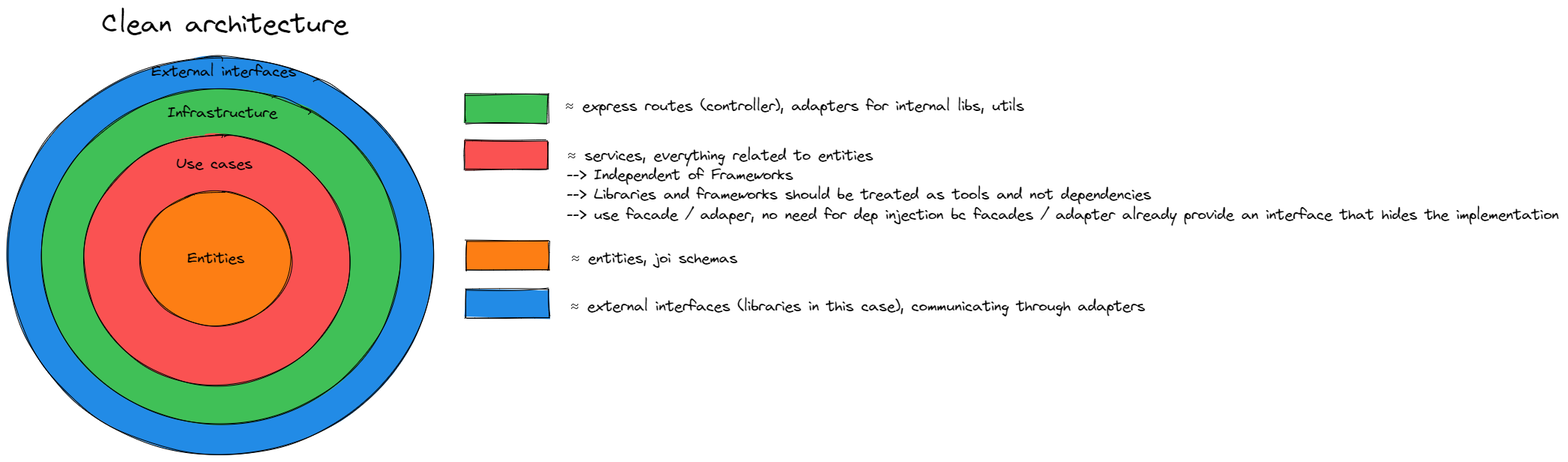
Dyvd4/ticketify keeps this Excalidraw diagram as Backend/notes/clean_architecture.excalidraw.png. Above is the earlier version. Source tidied: one line per element, renumbered; positions are measured from the earlier drawing's top-left corner, leaving out a move shared by most shapes.
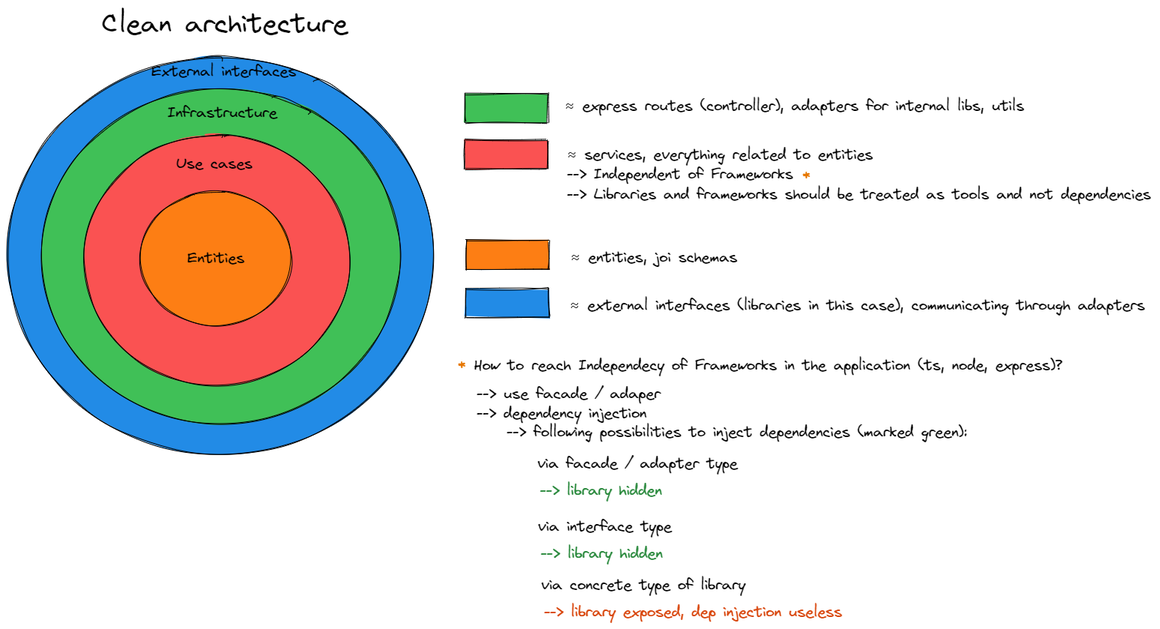
The same diagram one commit later.

Diff of the diagram source:
```diff
@@ -6,12 +6,22 @@
 {"id": 5, "type": "text", "text": "Use cases", "strokeColor": "#000000", "backgroundColor": "#40c057", "fillStyle": "solid", "strokeWidth": 1, "roughness": 1, "fontSize": 20, "fontFamily": 1, "x": 225, "y": 196, "width": 104, "height": 25}
 {"id": 6, "type": "text", "text": "Infrastructure", "strokeColor": "#000000", "backgroundColor": "#40c057", "fillStyle": "solid", "strokeWidth": 1, "roughness": 1, "fontSize": 20, "fontFamily": 1, "x": 213, "y": 128, "width": 148, "height": 25}
 {"id": 7, "type": "rectangle", "strokeColor": "#000000", "backgroundColor": "#40c057", "fillStyle": "solid", "strokeWidth": 1, "roughness": 1, "x": 610, "y": 115, "width": 111, "height": 38}
-{"id": 8, "type": "rectangle", "strokeColor": "#000000", "backgroundColor": "#fa5252", "fillStyle": "solid", "strokeWidth": 1, "roughness": 1, "x": 610, "y": 178, "width": 111, "height": 38}
+{"id": 8, "type": "rectangle", "strokeColor": "#000000", "backgroundColor": "#fa5252", "fillStyle": "solid", "strokeWidth": 1, "roughness": 1, "x": 610, "y": 177, "width": 111, "height": 38}
-{"id": 9, "type": "rectangle", "strokeColor": "#000000", "backgroundColor": "#fd7e14", "fillStyle": "solid", "strokeWidth": 1, "roughness": 1, "x": 612, "y": 312, "width": 111, "height": 38}
+{"id": 9, "type": "rectangle", "strokeColor": "#000000", "backgroundColor": "#fd7e14", "fillStyle": "solid", "strokeWidth": 1, "roughness": 1, "x": 612, "y": 311, "width": 111, "height": 38}
 {"id": 10, "type": "text", "text": "≈ express routes (controller), adapters for internal libs, utils", "strokeColor": "#000000", "backgroundColor": "#40c057", "fillStyle": "solid", "strokeWidth": 1, "roughness": 1, "fontSize": 20, "fontFamily": 1, "x": 743, "y": 116, "width": 615, "height": 29}
-{"id": 11, "type": "text", "text": "≈ services, everything related to entities\n--> Independent of Frameworks\n--> Libraries and frameworks should be treated as tools and not dependencies\n--> use facade / adaper, no need for dep injection bc facades / adapter already provide an interface that hides the implementation", "strokeColor": "#000000", "backgroundColor": "#40c057", "fillStyle": "solid", "strokeWidth": 1, "roughness": 1, "fontSize": 20, "fontFamily": 1, "x": 746, "y": 184, "width": 1326, "height": 105}
+{"id": 11, "type": "text", "text": "≈ services, everything related to entities\n--> Independent of Frameworks\n--> Libraries and frameworks should be treated as tools and not dependencies", "strokeColor": "#000000", "backgroundColor": "#40c057", "fillStyle": "solid", "strokeWidth": 1, "roughness": 1, "fontSize": 20, "fontFamily": 1, "x": 746, "y": 183, "width": 782, "height": 80}
-{"id": 12, "type": "text", "text": "≈ entities, joi schemas", "strokeColor": "#000000", "backgroundColor": "#40c057", "fillStyle": "solid", "strokeWidth": 1, "roughness": 1, "fontSize": 20, "fontFamily": 1, "x": 751, "y": 319, "width": 225, "height": 29}
+{"id": 12, "type": "text", "text": "≈ entities, joi schemas", "strokeColor": "#000000", "backgroundColor": "#40c057", "fillStyle": "solid", "strokeWidth": 1, "roughness": 1, "fontSize": 20, "fontFamily": 1, "x": 751, "y": 318, "width": 225, "height": 29}
 {"id": 13, "type": "text", "text": "Clean architecture", "strokeColor": "#000000", "backgroundColor": "#fd7e14", "fillStyle": "solid", "strokeWidth": 1, "roughness": 1, "fontSize": 36, "fontFamily": 1, "x": 126, "y": 0, "width": 330, "height": 45}
 {"id": 14, "type": "rectangle", "strokeColor": "#000000", "backgroundColor": "#228be6", "fillStyle": "solid", "strokeWidth": 1, "roughness": 1, "x": 611, "y": 375, "width": 111, "height": 38}
-{"id": 15, "type": "text", "text": "≈ external interfaces (libraries in this case), communicating through adapters", "strokeColor": "#000000", "backgroundColor": "#40c057", "fillStyle": "solid", "strokeWidth": 1, "roughness": 1, "fontSize": 20, "fontFamily": 1, "x": 750, "y": 383, "width": 770, "height": 29}
+{"id": 15, "type": "text", "text": "≈ external interfaces (libraries in this case), communicating through adapters", "strokeColor": "#000000", "backgroundColor": "#40c057", "fillStyle": "solid", "strokeWidth": 1, "roughness": 1, "fontSize": 20, "fontFamily": 1, "x": 750, "y": 382, "width": 770, "height": 29}
 {"id": 16, "type": "text", "text": "External interfaces", "strokeColor": "#000000", "strokeWidth": 1, "roughness": 1, "fontSize": 20, "fontFamily": 1, "x": 192, "y": 73, "width": 195, "height": 25}
+{"id": 17, "type": "text", "text": "How to reach Independecy of Frameworks in the application (ts, node, express)?", "strokeColor": "#000000", "strokeWidth": 1, "roughness": 1, "fontSize": 20, "fontFamily": 1, "x": 622, "y": 465, "width": 787, "height": 25}
+{"id": 18, "type": "text", "text": "--> use facade / adaper\n--> dependency injection\n    --> following possibilities to inject dependencies (marked green):", "strokeColor": "#000000", "strokeWidth": 1, "roughness": 1, "fontSize": 20, "fontFamily": 1, "x": 626, "y": 503, "width": 657, "height": 76}
+{"id": 19, "type": "text", "text": "via facade / adapter type", "strokeColor": "#000000", "strokeWidth": 1, "roughness": 1, "fontSize": 20, "fontFamily": 1, "x": 707, "y": 596, "width": 269, "height": 25}
+{"id": 20, "type": "text", "text": "--> library hidden", "strokeColor": "#2b8a3e", "strokeWidth": 1, "roughness": 1, "fontSize": 20, "fontFamily": 1, "x": 710, "y": 632, "width": 165, "height": 25}
+{"id": 21, "type": "text", "text": "via interface type", "strokeColor": "#000000", "strokeWidth": 1, "roughness": 1, "fontSize": 20, "fontFamily": 1, "x": 708, "y": 680, "width": 180, "height": 25}
+{"id": 22, "type": "text", "text": "--> library hidden", "strokeColor": "#2b8a3e", "strokeWidth": 1, "roughness": 1, "fontSize": 20, "fontFamily": 1, "x": 711, "y": 716, "width": 165, "height": 25}
+{"id": 23, "type": "text", "text": "via concrete type of library", "strokeColor": "#000000", "strokeWidth": 1, "roughness": 1, "fontSize": 20, "fontFamily": 1, "x": 712, "y": 758, "width": 274, "height": 25}
+{"id": 24, "type": "text", "text": "--> library exposed, dep injection useless", "strokeColor": "#d9480f", "strokeWidth": 1, "roughness": 1, "fontSize": 20, "fontFamily": 1, "x": 716, "y": 794, "width": 400, "height": 25}
+{"id": 25, "type": "text", "text": "*", "strokeColor": "#e67700", "strokeWidth": 1, "roughness": 1, "fontSize": 20, "fontFamily": 1, "x": 1061, "y": 210, "width": 12, "height": 25}
+{"id": 26, "type": "text", "text": "*", "strokeColor": "#e67700", "strokeWidth": 1, "roughness": 1, "fontSize": 20, "fontFamily": 1, "x": 602, "y": 463, "width": 12, "height": 25}
```
